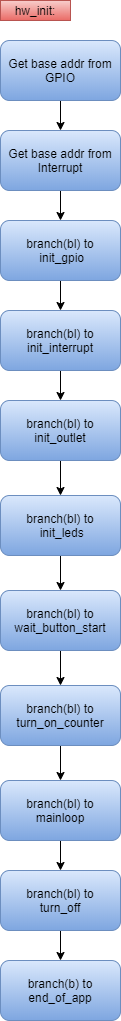
DerToaster98/SysProgTIT18 keeps this draw.io diagram as diagrams/export/Programmablauf_init.png. Above is the earlier version. Source tidied: cells renumbered, new cells last; positions are measured from the earlier drawing's top-left corner, leaving out a move shared by most shapes. The source it was exported from:
```xml
<mxGraphModel>
  <root>
    <mxCell id="0" />
    <mxCell id="1" parent="0" />
    <mxCell id="2" value="hw_init:" style="text;html=1;strokeColor=#b85450;fillColor=#f8cecc;align=center;verticalAlign=middle;whiteSpace=wrap;rounded=0;gradientColor=#ea6b66;" parent="1" vertex="1">
      <mxGeometry width="70" height="20" as="geometry" />
    </mxCell>
    <mxCell id="3" style="edgeStyle=orthogonalEdgeStyle;rounded=0;jettySize=auto;html=1;" parent="1" edge="1" source="4" target="6">
      <mxGeometry relative="1" as="geometry" />
    </mxCell>
    <mxCell id="4" value="Get base addr from GPIO" style="rounded=1;whiteSpace=wrap;html=1;gradientColor=#7ea6e0;fillColor=#dae8fc;strokeColor=#6c8ebf;" parent="1" vertex="1">
      <mxGeometry y="40" width="120" height="60" as="geometry" />
    </mxCell>
    <mxCell id="5" style="edgeStyle=orthogonalEdgeStyle;rounded=0;jettySize=auto;html=1;" parent="1" edge="1" source="6" target="8">
      <mxGeometry relative="1" as="geometry" />
    </mxCell>
    <mxCell id="6" value="Get base addr from Interrupt" style="rounded=1;whiteSpace=wrap;html=1;gradientColor=#7ea6e0;fillColor=#dae8fc;strokeColor=#6c8ebf;" parent="1" vertex="1">
      <mxGeometry y="130" width="120" height="60" as="geometry" />
    </mxCell>
    <mxCell id="7" style="edgeStyle=orthogonalEdgeStyle;rounded=0;jettySize=auto;html=1;" parent="1" edge="1" source="8" target="18">
      <mxGeometry relative="1" as="geometry" />
    </mxCell>
    <mxCell id="8" value="branch(bl) to&lt;br&gt;&amp;nbsp;init_gpio" style="rounded=1;whiteSpace=wrap;html=1;gradientColor=#7ea6e0;fillColor=#dae8fc;strokeColor=#6c8ebf;" parent="1" vertex="1">
      <mxGeometry y="220" width="120" height="60" as="geometry" />
    </mxCell>
    <mxCell id="9" style="edgeStyle=orthogonalEdgeStyle;rounded=0;jettySize=auto;html=1;" parent="1" edge="1" source="10" target="21">
      <mxGeometry relative="1" as="geometry" />
    </mxCell>
    <mxCell id="10" value="branch(bl) to&lt;br&gt;turn_off" style="rounded=1;whiteSpace=wrap;html=1;gradientColor=#7ea6e0;fillColor=#dae8fc;strokeColor=#6c8ebf;" parent="1" vertex="1">
      <mxGeometry y="870" width="120" height="60" as="geometry" />
    </mxCell>
    <mxCell id="11" style="edgeStyle=orthogonalEdgeStyle;rounded=0;jettySize=auto;html=1;" parent="1" edge="1" source="12" target="10">
      <mxGeometry relative="1" as="geometry" />
    </mxCell>
    <mxCell id="12" value="branch(bl) to&lt;br&gt;mainloop" style="rounded=1;whiteSpace=wrap;html=1;gradientColor=#7ea6e0;fillColor=#dae8fc;strokeColor=#6c8ebf;" parent="1" vertex="1">
      <mxGeometry y="780" width="120" height="60" as="geometry" />
    </mxCell>
    <mxCell id="13" style="edgeStyle=orthogonalEdgeStyle;rounded=0;jettySize=auto;html=1;" parent="1" edge="1" source="14" target="23">
      <mxGeometry relative="1" as="geometry" />
    </mxCell>
    <mxCell id="14" value="branch(bl) to&lt;br&gt;wait_button_start" style="rounded=1;whiteSpace=wrap;html=1;gradientColor=#7ea6e0;fillColor=#dae8fc;strokeColor=#6c8ebf;" parent="1" vertex="1">
      <mxGeometry y="590" width="120" height="60" as="geometry" />
    </mxCell>
    <mxCell id="15" style="edgeStyle=orthogonalEdgeStyle;rounded=0;jettySize=auto;html=1;" parent="1" edge="1" source="16" target="14">
      <mxGeometry relative="1" as="geometry" />
    </mxCell>
    <mxCell id="16" value="branch(bl) to&lt;br&gt;&amp;nbsp;init_leds" style="rounded=1;whiteSpace=wrap;html=1;gradientColor=#7ea6e0;fillColor=#dae8fc;strokeColor=#6c8ebf;" parent="1" vertex="1">
      <mxGeometry y="495" width="120" height="60" as="geometry" />
    </mxCell>
    <mxCell id="17" style="edgeStyle=orthogonalEdgeStyle;rounded=0;jettySize=auto;html=1;" parent="1" edge="1" source="18" target="20">
      <mxGeometry relative="1" as="geometry" />
    </mxCell>
    <mxCell id="18" value="branch(bl) to init_interrupt" style="rounded=1;whiteSpace=wrap;html=1;gradientColor=#7ea6e0;fillColor=#dae8fc;strokeColor=#6c8ebf;" parent="1" vertex="1">
      <mxGeometry y="310" width="120" height="60" as="geometry" />
    </mxCell>
    <mxCell id="19" style="edgeStyle=orthogonalEdgeStyle;rounded=0;jettySize=auto;html=1;" parent="1" edge="1" source="20" target="16">
      <mxGeometry relative="1" as="geometry" />
    </mxCell>
    <mxCell id="20" value="branch(bl) to init_outlet" style="rounded=1;whiteSpace=wrap;html=1;gradientColor=#7ea6e0;fillColor=#dae8fc;strokeColor=#6c8ebf;" parent="1" vertex="1">
      <mxGeometry y="400" width="120" height="60" as="geometry" />
    </mxCell>
    <mxCell id="21" value="branch(b) to end_of_app" style="rounded=1;whiteSpace=wrap;html=1;gradientColor=#7ea6e0;fillColor=#dae8fc;strokeColor=#6c8ebf;" parent="1" vertex="1">
      <mxGeometry y="960" width="120" height="60" as="geometry" />
    </mxCell>
    <mxCell id="22" style="edgeStyle=orthogonalEdgeStyle;rounded=0;jettySize=auto;html=1;" parent="1" edge="1" source="23" target="12">
      <mxGeometry relative="1" as="geometry" />
    </mxCell>
    <mxCell id="23" value="branch(bl) to&lt;br&gt;turn_on_counter" style="rounded=1;whiteSpace=wrap;html=1;gradientColor=#7ea6e0;fillColor=#dae8fc;strokeColor=#6c8ebf;" parent="1" vertex="1">
      <mxGeometry y="685" width="120" height="60" as="geometry" />
    </mxCell>
  </root>
</mxGraphModel>
```
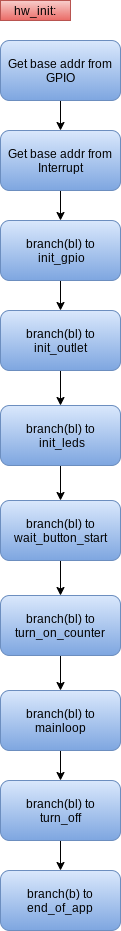
The same file after the commit.

Change to the diagram source:
```diff
@@ -3,25 +3,25 @@
     <mxCell id="0" />
     <mxCell id="1" parent="0" />
     <mxCell id="2" value="hw_init:" style="text;html=1;strokeColor=#b85450;fillColor=#f8cecc;align=center;verticalAlign=middle;whiteSpace=wrap;rounded=0;gradientColor=#ea6b66;" parent="1" vertex="1">
-      <mxGeometry width="70" height="20" as="geometry" />
+      <mxGeometry y="90" width="70" height="20" as="geometry" />
     </mxCell>
     <mxCell id="3" style="edgeStyle=orthogonalEdgeStyle;rounded=0;jettySize=auto;html=1;" parent="1" edge="1" source="4" target="6">
       <mxGeometry relative="1" as="geometry" />
     </mxCell>
     <mxCell id="4" value="Get base addr from GPIO" style="rounded=1;whiteSpace=wrap;html=1;gradientColor=#7ea6e0;fillColor=#dae8fc;strokeColor=#6c8ebf;" parent="1" vertex="1">
-      <mxGeometry y="40" width="120" height="60" as="geometry" />
+      <mxGeometry y="130" width="120" height="60" as="geometry" />
     </mxCell>
     <mxCell id="5" style="edgeStyle=orthogonalEdgeStyle;rounded=0;jettySize=auto;html=1;" parent="1" edge="1" source="6" target="8">
       <mxGeometry relative="1" as="geometry" />
     </mxCell>
     <mxCell id="6" value="Get base addr from Interrupt" style="rounded=1;whiteSpace=wrap;html=1;gradientColor=#7ea6e0;fillColor=#dae8fc;strokeColor=#6c8ebf;" parent="1" vertex="1">
-      <mxGeometry y="130" width="120" height="60" as="geometry" />
+      <mxGeometry y="220" width="120" height="60" as="geometry" />
     </mxCell>
-    <mxCell id="7" style="edgeStyle=orthogonalEdgeStyle;rounded=0;jettySize=auto;html=1;" parent="1" edge="1" source="8" target="18">
-      <mxGeometry relative="1" as="geometry" />
-    </mxCell>
+    <mxCell id="24" style="edgeStyle=orthogonalEdgeStyle;rounded=0;jettySize=auto;html=1;entryX=0.5;entryY=0;entryDx=0;entryDy=0;" parent="1" edge="1" source="8" target="20">
+      <mxGeometry relative="1" as="geometry" />
+    </mxCell>
     <mxCell id="8" value="branch(bl) to&lt;br&gt;&amp;nbsp;init_gpio" style="rounded=1;whiteSpace=wrap;html=1;gradientColor=#7ea6e0;fillColor=#dae8fc;strokeColor=#6c8ebf;" parent="1" vertex="1">
-      <mxGeometry y="220" width="120" height="60" as="geometry" />
+      <mxGeometry y="310" width="120" height="60" as="geometry" />
     </mxCell>
     <mxCell id="9" style="edgeStyle=orthogonalEdgeStyle;rounded=0;jettySize=auto;html=1;" parent="1" edge="1" source="10" target="21">
       <mxGeometry relative="1" as="geometry" />
@@ -47,12 +47,6 @@
     <mxCell id="16" value="branch(bl) to&lt;br&gt;&amp;nbsp;init_leds" style="rounded=1;whiteSpace=wrap;html=1;gradientColor=#7ea6e0;fillColor=#dae8fc;strokeColor=#6c8ebf;" parent="1" vertex="1">
       <mxGeometry y="495" width="120" height="60" as="geometry" />
     </mxCell>
-    <mxCell id="17" style="edgeStyle=orthogonalEdgeStyle;rounded=0;jettySize=auto;html=1;" parent="1" edge="1" source="18" target="20">
-      <mxGeometry relative="1" as="geometry" />
-    </mxCell>
-    <mxCell id="18" value="branch(bl) to init_interrupt" style="rounded=1;whiteSpace=wrap;html=1;gradientColor=#7ea6e0;fillColor=#dae8fc;strokeColor=#6c8ebf;" parent="1" vertex="1">
-      <mxGeometry y="310" width="120" height="60" as="geometry" />
-    </mxCell>
     <mxCell id="19" style="edgeStyle=orthogonalEdgeStyle;rounded=0;jettySize=auto;html=1;" parent="1" edge="1" source="20" target="16">
       <mxGeometry relative="1" as="geometry" />
     </mxCell>
```
